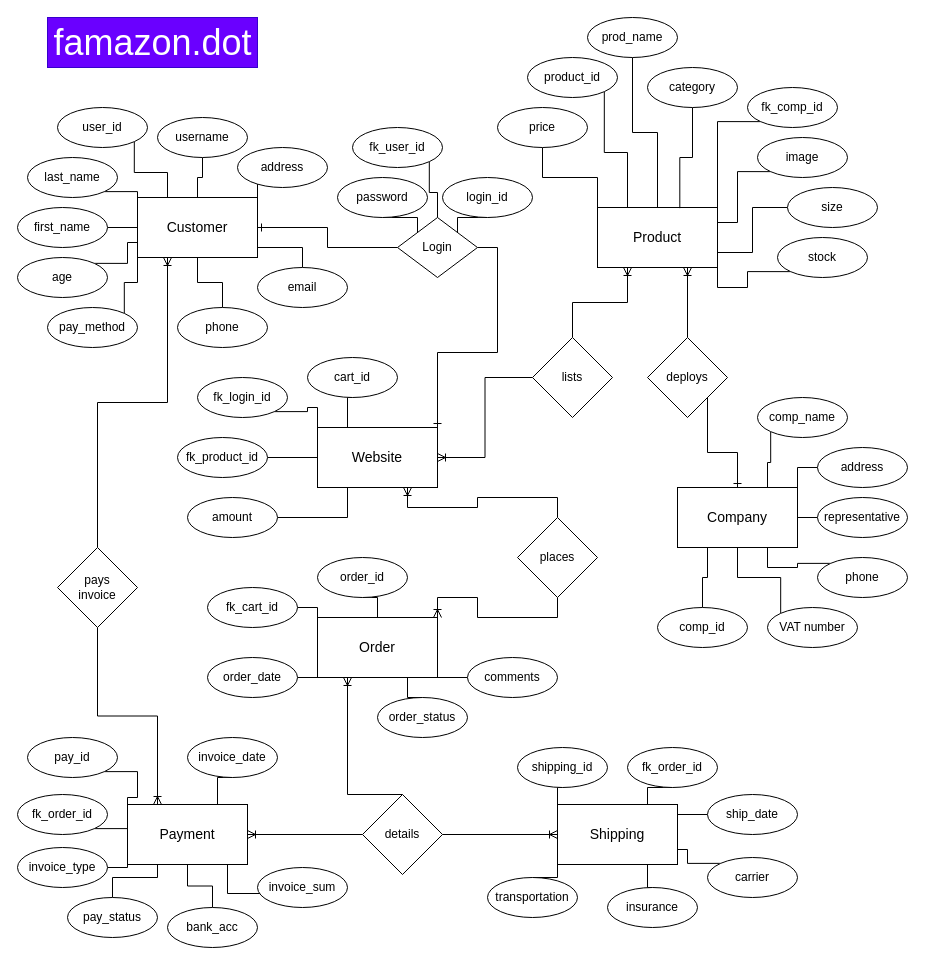
Senimtra/CF-CodeReview-09 keeps this draw.io diagram as famazon_db_development/step2_db_ER-diagram.drawio. Above is the earlier version. Source tidied: cells renumbered, new cells numbered last; positions are measured from the earlier drawing's top-left corner, leaving out a move shared by most shapes. Both pictures are drawn from the tidied source at 100%, with x=0, y=0 at pixel (17, 17).
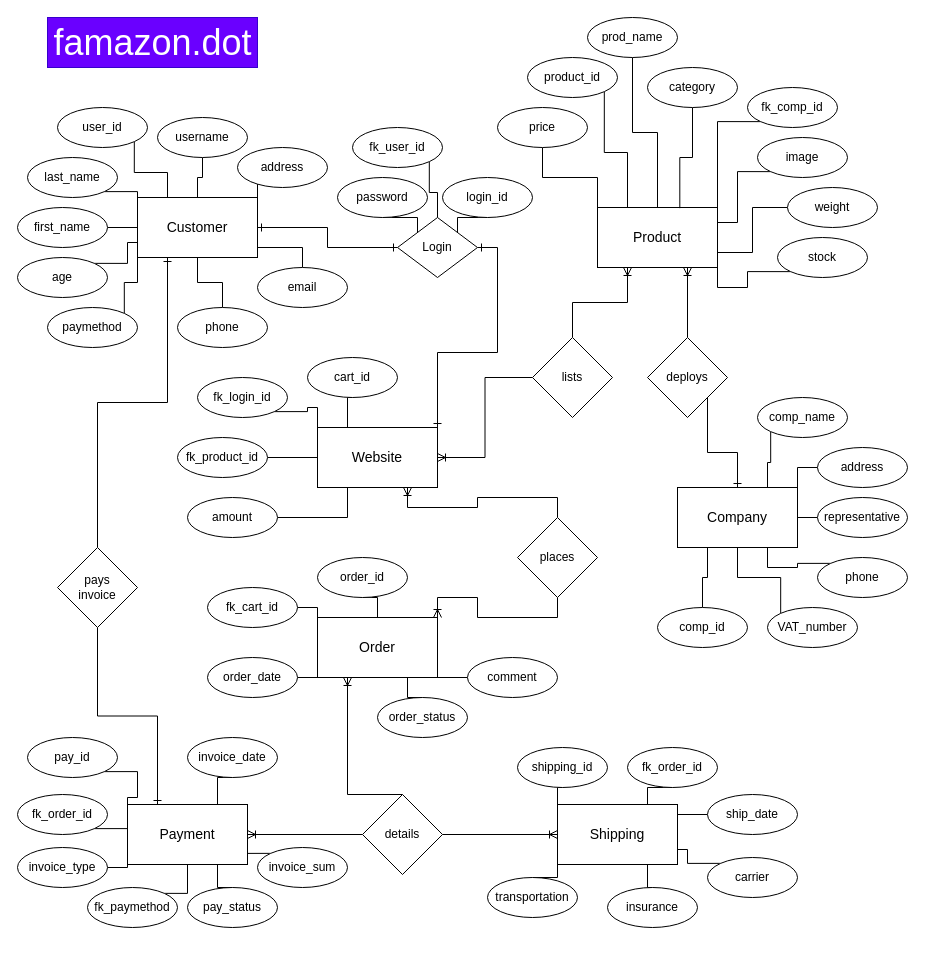
The same page after the edit.

Commit message (it also covers changes not shown here):
add database UML-diagram

The change refers to these unchanged cells:
```xml
<mxCell id="4" value="&lt;font style=&quot;font-size: 14px&quot;&gt;Customer&lt;/font&gt;" style="rounded=0;whiteSpace=wrap;html=1;" parent="1" vertex="1">
  <mxGeometry x="120" y="180" width="120" height="60" as="geometry" />
</mxCell>
<mxCell id="8" value="&lt;font style=&quot;font-size: 14px&quot;&gt;Website&lt;/font&gt;" style="rounded=0;whiteSpace=wrap;html=1;" parent="1" vertex="1">
  <mxGeometry x="300" y="410" width="120" height="60" as="geometry" />
</mxCell>
<mxCell id="9" value="&lt;font style=&quot;font-size: 14px&quot;&gt;Payment&lt;/font&gt;" style="rounded=0;whiteSpace=wrap;html=1;" parent="1" vertex="1">
  <mxGeometry x="110" y="787" width="120" height="60" as="geometry" />
</mxCell>
<mxCell id="30" value="Login" style="rhombus;whiteSpace=wrap;html=1;" parent="1" vertex="1">
  <mxGeometry x="380" y="200" width="80" height="60" as="geometry" />
</mxCell>
<mxCell id="100" value="pays&lt;br&gt;invoice" style="rhombus;whiteSpace=wrap;html=1;" parent="1" vertex="1">
  <mxGeometry x="40" y="530" width="80" height="80" as="geometry" />
</mxCell>
```

Diff of the diagram source:
```diff
@@
-    <mxCell id="3" style="edgeStyle=orthogonalEdgeStyle;rounded=0;jettySize=auto;html=1;exitX=1;exitY=0.5;exitDx=0;exitDy=0;entryX=0;entryY=0.5;entryDx=0;entryDy=0;startArrow=ERone;startFill=0;endArrow=none;endFill=0;" parent="1" edge="1" source="4" target="30">
+    <mxCell id="3" style="edgeStyle=orthogonalEdgeStyle;rounded=0;jettySize=auto;html=1;exitX=1;exitY=0.5;exitDx=0;exitDy=0;entryX=0;entryY=0.5;entryDx=0;entryDy=0;startArrow=ERone;startFill=0;endArrow=ERone;endFill=0;" parent="1" edge="1" source="4" target="30">
       <mxGeometry relative="1" as="geometry" />
     </mxCell>
@@
-    <mxCell id="29" style="edgeStyle=orthogonalEdgeStyle;rounded=0;jettySize=auto;html=1;exitX=1;exitY=0.5;exitDx=0;exitDy=0;entryX=1;entryY=0;entryDx=0;entryDy=0;startArrow=none;startFill=0;endArrow=ERone;endFill=0;" parent="1" edge="1" source="30" target="8">
+    <mxCell id="29" style="edgeStyle=orthogonalEdgeStyle;rounded=0;jettySize=auto;html=1;exitX=1;exitY=0.5;exitDx=0;exitDy=0;entryX=1;entryY=0;entryDx=0;entryDy=0;startArrow=ERone;startFill=0;endArrow=ERone;endFill=0;" parent="1" edge="1" source="30" target="8">
       <mxGeometry relative="1" as="geometry" />
     </mxCell>
@@
-    <mxCell id="42" value="size" style="ellipse;whiteSpace=wrap;html=1;" parent="1" vertex="1">
+    <mxCell id="42" value="weight" style="ellipse;whiteSpace=wrap;html=1;" parent="1" vertex="1">
       <mxGeometry x="770" y="170" width="90" height="40" as="geometry" />
     </mxCell>
@@
-    <mxCell id="54" value="VAT number" style="ellipse;whiteSpace=wrap;html=1;" parent="1" vertex="1">
+    <mxCell id="54" value="VAT_number" style="ellipse;whiteSpace=wrap;html=1;" parent="1" vertex="1">
       <mxGeometry x="750" y="590" width="90" height="40" as="geometry" />
     </mxCell>
@@
-    <mxCell id="74" value="pay_method" style="ellipse;whiteSpace=wrap;html=1;" parent="1" vertex="1">
+    <mxCell id="74" value="paymethod" style="ellipse;whiteSpace=wrap;html=1;" parent="1" vertex="1">
       <mxGeometry x="30" y="290" width="90" height="40" as="geometry" />
     </mxCell>
@@
-    <mxCell id="89" value="comments" style="ellipse;whiteSpace=wrap;html=1;" parent="1" vertex="1">
+    <mxCell id="89" value="comment" style="ellipse;whiteSpace=wrap;html=1;" parent="1" vertex="1">
       <mxGeometry x="450" y="640" width="90" height="40" as="geometry" />
     </mxCell>
@@
-    <mxCell id="98" style="edgeStyle=orthogonalEdgeStyle;rounded=0;jettySize=auto;html=1;exitX=0.5;exitY=0;exitDx=0;exitDy=0;entryX=0.25;entryY=1;entryDx=0;entryDy=0;startArrow=none;startFill=0;endArrow=ERoneToMany;endFill=0;" parent="1" edge="1" source="100" target="4">
+    <mxCell id="98" style="edgeStyle=orthogonalEdgeStyle;rounded=0;jettySize=auto;html=1;exitX=0.5;exitY=0;exitDx=0;exitDy=0;entryX=0.25;entryY=1;entryDx=0;entryDy=0;startArrow=none;startFill=0;endArrow=ERone;endFill=0;" parent="1" edge="1" source="100" target="4">
       <mxGeometry relative="1" as="geometry" />
     </mxCell>
-    <mxCell id="99" style="edgeStyle=orthogonalEdgeStyle;rounded=0;jettySize=auto;html=1;exitX=0.5;exitY=1;exitDx=0;exitDy=0;entryX=0.25;entryY=0;entryDx=0;entryDy=0;startArrow=none;startFill=0;endArrow=ERoneToMany;endFill=0;" parent="1" edge="1" source="100" target="9">
+    <mxCell id="99" style="edgeStyle=orthogonalEdgeStyle;rounded=0;jettySize=auto;html=1;exitX=0.5;exitY=1;exitDx=0;exitDy=0;entryX=0.25;entryY=0;entryDx=0;entryDy=0;startArrow=none;startFill=0;endArrow=ERone;endFill=0;" parent="1" edge="1" source="100" target="9">
       <mxGeometry relative="1" as="geometry" />
     </mxCell>
@@
-    <mxCell id="101" style="edgeStyle=orthogonalEdgeStyle;rounded=0;jettySize=auto;html=1;exitX=0;exitY=0;exitDx=0;exitDy=0;entryX=0.75;entryY=1;entryDx=0;entryDy=0;startArrow=none;startFill=0;endArrow=none;endFill=0;" parent="1" edge="1" source="102" target="9">
-      <mxGeometry relative="1" as="geometry">
-        <Array as="points">
-          <mxPoint x="210" y="876" />
-          <mxPoint x="210" y="847" />
-        </Array>
-      </mxGeometry>
+    <mxCell id="101" style="edgeStyle=orthogonalEdgeStyle;rounded=0;jettySize=auto;html=1;exitX=0;exitY=0;exitDx=0;exitDy=0;entryX=1;entryY=0.75;entryDx=0;entryDy=0;startArrow=none;startFill=0;endArrow=none;endFill=0;" parent="1" edge="1" source="102" target="9">
+      <mxGeometry relative="1" as="geometry" />
     </mxCell>
     <mxCell id="102" value="invoice_sum" style="ellipse;whiteSpace=wrap;html=1;" parent="1" vertex="1">
-      <mxGeometry x="240" y="850" width="90" height="40" as="geometry" />
+      <mxGeometry x="240" y="830" width="90" height="40" as="geometry" />
     </mxCell>
@@
-    <mxCell id="105" style="edgeStyle=orthogonalEdgeStyle;rounded=0;jettySize=auto;html=1;exitX=0.5;exitY=0;exitDx=0;exitDy=0;entryX=0.25;entryY=1;entryDx=0;entryDy=0;startArrow=none;startFill=0;endArrow=none;endFill=0;" parent="1" edge="1" source="106" target="9">
+    <mxCell id="105" style="edgeStyle=orthogonalEdgeStyle;rounded=0;jettySize=auto;html=1;exitX=0.5;exitY=0;exitDx=0;exitDy=0;entryX=0.75;entryY=1;entryDx=0;entryDy=0;startArrow=none;startFill=0;endArrow=none;endFill=0;" parent="1" edge="1" source="106" target="9">
       <mxGeometry relative="1" as="geometry" />
     </mxCell>
     <mxCell id="106" value="pay_status" style="ellipse;whiteSpace=wrap;html=1;" parent="1" vertex="1">
-      <mxGeometry x="50" y="880" width="90" height="40" as="geometry" />
+      <mxGeometry x="170" y="870" width="90" height="40" as="geometry" />
     </mxCell>
@@
-    <mxCell id="111" style="edgeStyle=orthogonalEdgeStyle;rounded=0;jettySize=auto;html=1;exitX=0.5;exitY=0;exitDx=0;exitDy=0;entryX=0.5;entryY=1;entryDx=0;entryDy=0;startArrow=none;startFill=0;endArrow=none;endFill=0;" parent="1" edge="1" source="112" target="9">
-      <mxGeometry relative="1" as="geometry" />
-    </mxCell>
-    <mxCell id="112" value="bank_acc" style="ellipse;whiteSpace=wrap;html=1;" parent="1" vertex="1">
-      <mxGeometry x="150" y="890" width="90" height="40" as="geometry" />
-    </mxCell>
@@
+    <mxCell id="125" style="edgeStyle=orthogonalEdgeStyle;rounded=0;jettySize=auto;html=1;exitX=1;exitY=0;exitDx=0;exitDy=0;entryX=0.5;entryY=1;entryDx=0;entryDy=0;startArrow=none;startFill=0;endArrow=none;endFill=0;" parent="1" edge="1" source="126" target="9">
+      <mxGeometry relative="1" as="geometry" />
+    </mxCell>
+    <mxCell id="126" value="fk_paymethod" style="ellipse;whiteSpace=wrap;html=1;" parent="1" vertex="1">
+      <mxGeometry x="70" y="870" width="90" height="40" as="geometry" />
+    </mxCell>
```
